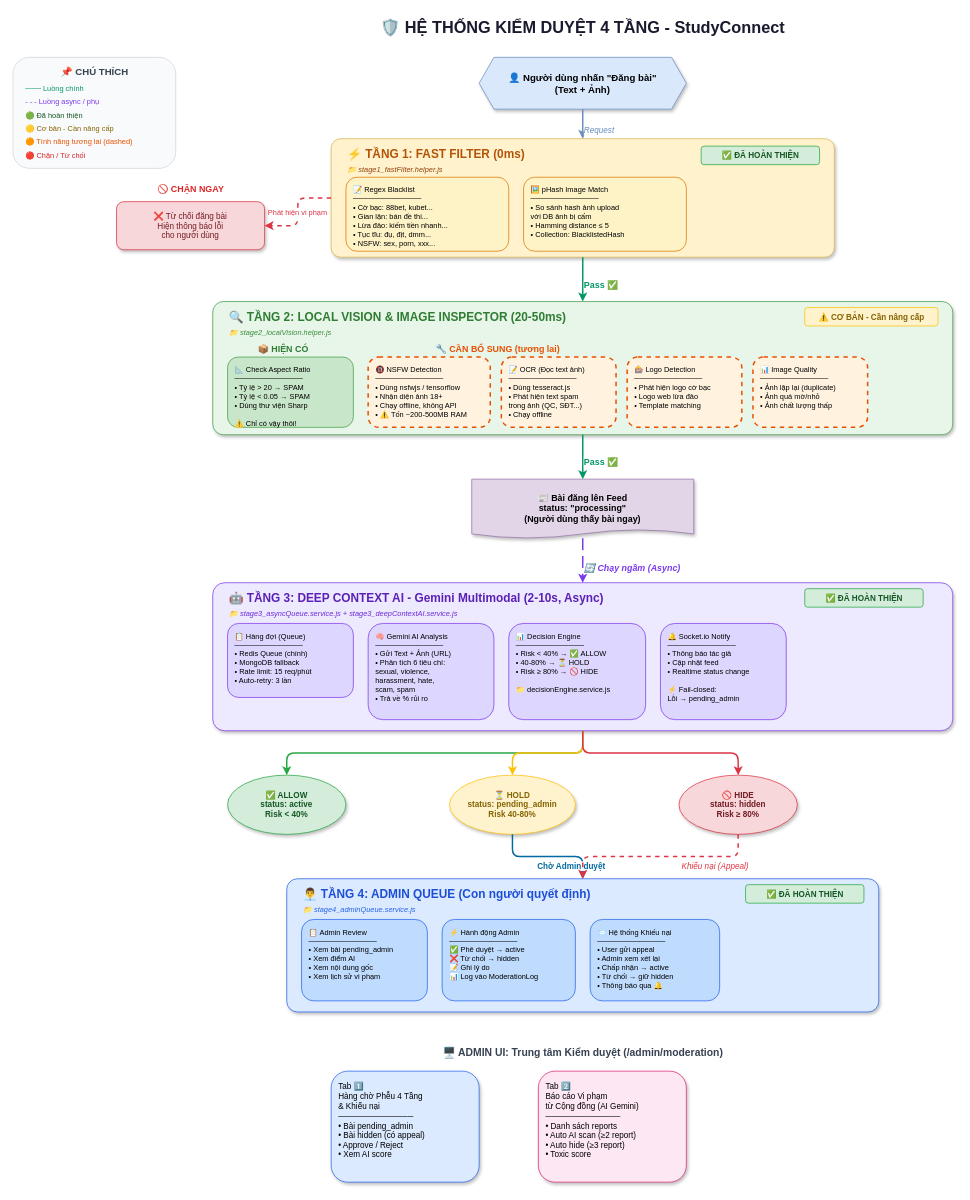
Above: docs/4-tier-moderation-system.drawio in namtrannnn/Study_Connect (draw.io), before the change. Source tidied: cells renumbered, new cells numbered last; positions are measured from the earlier drawing's top-left corner, leaving out a move shared by most shapes. Both pictures are drawn from the tidied source at 74%, with x=0, y=0 at pixel (13, 13).
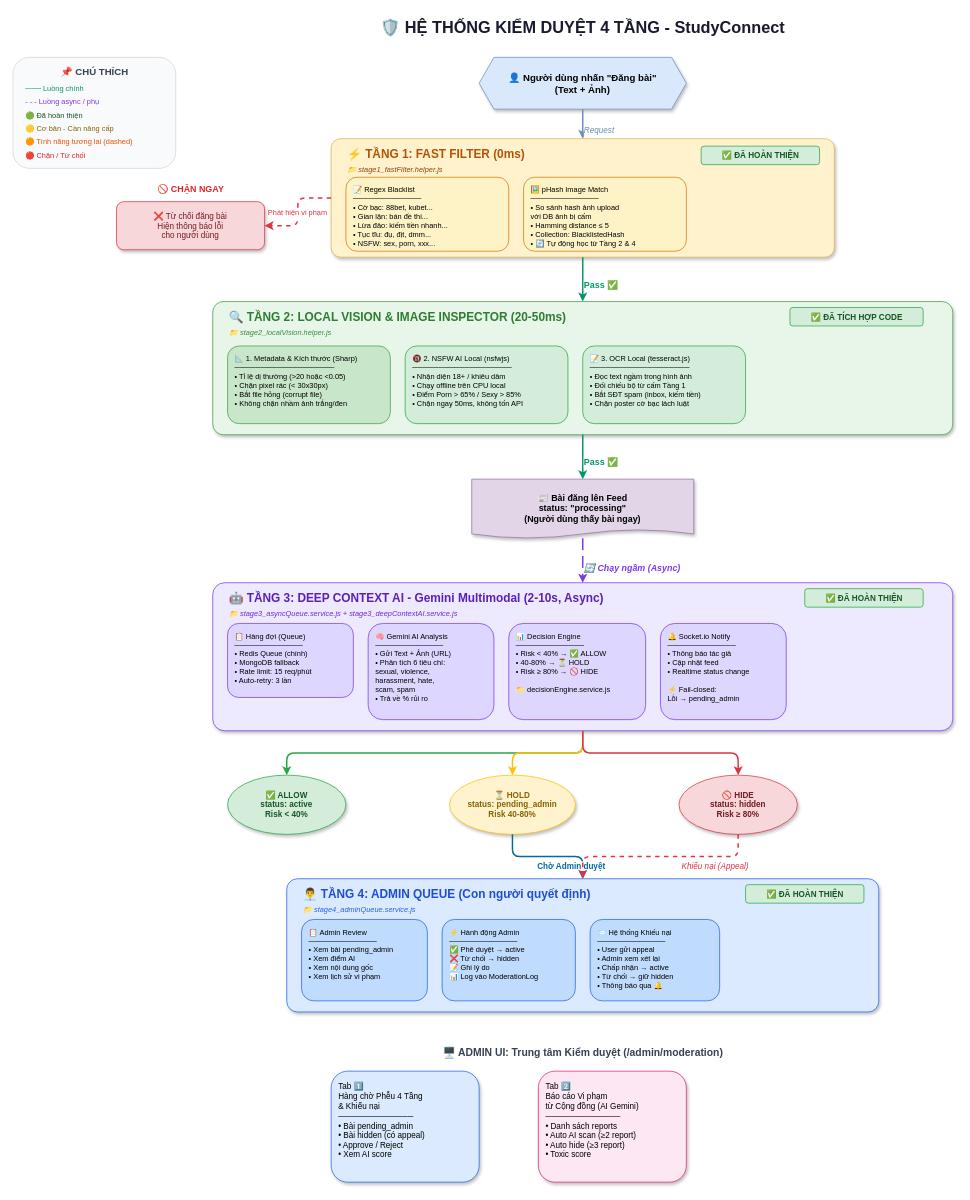
Above is the later version.

Diff of the diagram source:
```diff
@@
-    <mxCell id="10" value="🖼️ pHash Image Match&#10;─────────────&#10;• So sánh hash ảnh upload&#10;  với DB ảnh bị cấm&#10;• Hamming distance ≤ 5&#10;• Collection: BlacklistedHash" style="rounded=1;whiteSpace=wrap;html=1;fillColor=#fef3c7;strokeColor=#d97706;fontSize=10;align=left;verticalAlign=top;spacingLeft=8;spacingTop=5;" parent="1" vertex="1">
+    <mxCell id="10" value="🖼️ pHash Image Match&#10;─────────────&#10;• So sánh hash ảnh upload&#10;  với DB ảnh bị cấm&#10;• Hamming distance ≤ 5&#10;• Collection: BlacklistedHash&#10;• 🔄 Tự động học từ Tầng 2 &amp; 4" style="rounded=1;whiteSpace=wrap;html=1;fillColor=#fef3c7;strokeColor=#d97706;fontSize=10;align=left;verticalAlign=top;spacingLeft=8;spacingTop=5;" parent="1" vertex="1">
       <mxGeometry x="690" y="222" width="220" height="100" as="geometry" />
     </mxCell>
@@
-    <mxCell id="20" value="📦 HIỆN CÓ" style="text;html=1;fontSize=12;fontStyle=1;fontColor=#2e7d32;align=center;" parent="1" vertex="1">
-      <mxGeometry x="300" y="440" width="130" height="22" as="geometry" />
-    </mxCell>
-    <mxCell id="21" value="📐 Check Aspect Ratio&#10;─────────────&#10;• Tỷ lệ &gt; 20 → SPAM&#10;• Tỷ lệ &lt; 0.05 → SPAM&#10;• Dùng thư viện Sharp&#10;&#10;⚠️ Chỉ có vậy thôi!" style="rounded=1;whiteSpace=wrap;html=1;fillColor=#c8e6c9;strokeColor=#43a047;fontSize=10;align=left;verticalAlign=top;spacingLeft=8;spacingTop=5;" parent="1" vertex="1">
-      <mxGeometry x="290" y="465" width="170" height="95" as="geometry" />
-    </mxCell>
-    <mxCell id="22" value="🔧 CẦN BỔ SUNG (tương lai)" style="text;html=1;fontSize=12;fontStyle=1;fontColor=#e65100;align=center;" parent="1" vertex="1">
-      <mxGeometry x="530" y="440" width="250" height="22" as="geometry" />
-    </mxCell>
-    <mxCell id="23" value="🔞 NSFW Detection&#10;─────────────&#10;• Dùng nsfwjs / tensorflow&#10;• Nhận diện ảnh 18+&#10;• Chạy offline, không API&#10;• ⚠️ Tốn ~200-500MB RAM" style="rounded=1;whiteSpace=wrap;html=1;fillColor=#fff3e0;strokeColor=#e65100;fontSize=10;align=left;verticalAlign=top;spacingLeft=8;spacingTop=5;strokeWidth=2;dashed=1;" parent="1" vertex="1">
-      <mxGeometry x="480" y="465" width="165" height="95" as="geometry" />
-    </mxCell>
-    <mxCell id="24" value="📝 OCR (Đọc text ảnh)&#10;─────────────&#10;• Dùng tesseract.js&#10;• Phát hiện text spam&#10;  trong ảnh (QC, SĐT...)&#10;• Chạy offline" style="rounded=1;whiteSpace=wrap;html=1;fillColor=#fff3e0;strokeColor=#e65100;fontSize=10;align=left;verticalAlign=top;spacingLeft=8;spacingTop=5;strokeWidth=2;dashed=1;" parent="1" vertex="1">
-      <mxGeometry x="660" y="465" width="155" height="95" as="geometry" />
-    </mxCell>
-    <mxCell id="25" value="🎰 Logo Detection&#10;─────────────&#10;• Phát hiện logo cờ bạc&#10;• Logo web lừa đảo&#10;• Template matching" style="rounded=1;whiteSpace=wrap;html=1;fillColor=#fff3e0;strokeColor=#e65100;fontSize=10;align=left;verticalAlign=top;spacingLeft=8;spacingTop=5;strokeWidth=2;dashed=1;" parent="1" vertex="1">
-      <mxGeometry x="830" y="465" width="155" height="95" as="geometry" />
-    </mxCell>
-    <mxCell id="26" value="📊 Image Quality&#10;─────────────&#10;• Ảnh lặp lại (duplicate)&#10;• Ảnh quá mờ/nhỏ&#10;• Ảnh chất lượng thấp" style="rounded=1;whiteSpace=wrap;html=1;fillColor=#fff3e0;strokeColor=#e65100;fontSize=10;align=left;verticalAlign=top;spacingLeft=8;spacingTop=5;strokeWidth=2;dashed=1;" parent="1" vertex="1">
-      <mxGeometry x="1000" y="465" width="155" height="95" as="geometry" />
-    </mxCell>
+    <mxCell id="69" value="📐 1. Metadata &amp; Kích thước (Sharp)&#10;───────────────────&#10;• Tỉ lệ dị thường (&gt;20 hoặc &lt;0.05)&#10;• Chặn pixel rác (&lt; 30x30px)&#10;• Bắt file hỏng (corrupt file)&#10;• Không chặn nhầm ảnh trắng/đen" style="rounded=1;whiteSpace=wrap;html=1;fillColor=#c8e6c9;strokeColor=#43a047;fontSize=10;align=left;verticalAlign=top;spacingLeft=8;spacingTop=5;" parent="1" vertex="1">
+      <mxGeometry x="290" y="450" width="220" height="105" as="geometry" />
+    </mxCell>
+    <mxCell id="70" value="🔞 2. NSFW AI Local (nsfwjs)&#10;───────────────────&#10;• Nhận diện 18+ / khiêu dâm&#10;• Chạy offline trên CPU local&#10;• Điểm Porn &gt; 65% / Sexy &gt; 85%&#10;• Chặn ngay 50ms, không tốn API" style="rounded=1;whiteSpace=wrap;html=1;fillColor=#d4edda;strokeColor=#28a745;fontSize=10;align=left;verticalAlign=top;spacingLeft=8;spacingTop=5;" parent="1" vertex="1">
+      <mxGeometry x="530" y="450" width="220" height="105" as="geometry" />
+    </mxCell>
+    <mxCell id="71" value="📝 3. OCR Local (tesseract.js)&#10;───────────────────&#10;• Đọc text ngầm trong hình ảnh&#10;• Đối chiếu bộ từ cấm Tầng 1&#10;• Bắt SĐT spam (inbox, kiếm tiền)&#10;• Chặn poster cờ bạc lách luật" style="rounded=1;whiteSpace=wrap;html=1;fillColor=#d4edda;strokeColor=#28a745;fontSize=10;align=left;verticalAlign=top;spacingLeft=8;spacingTop=5;" parent="1" vertex="1">
+      <mxGeometry x="770" y="450" width="220" height="105" as="geometry" />
+    </mxCell>
-    <mxCell id="27" value="⚠️ CƠ BẢN - Cần nâng cấp" style="text;html=1;fontSize=11;fontStyle=1;fillColor=#fff3cd;strokeColor=#ffc107;rounded=1;fontColor=#856404;align=center;" parent="1" vertex="1">
-      <mxGeometry x="1070" y="398" width="180" height="25" as="geometry" />
+    <mxCell id="27" value="✅ ĐÃ TÍCH HỢP CODE" style="text;html=1;fontSize=11;fontStyle=1;fillColor=#d4edda;strokeColor=#28a745;rounded=1;fontColor=#155724;align=center;" parent="1" vertex="1">
+      <mxGeometry x="1050" y="398" width="180" height="25" as="geometry" />
     </mxCell>
```
